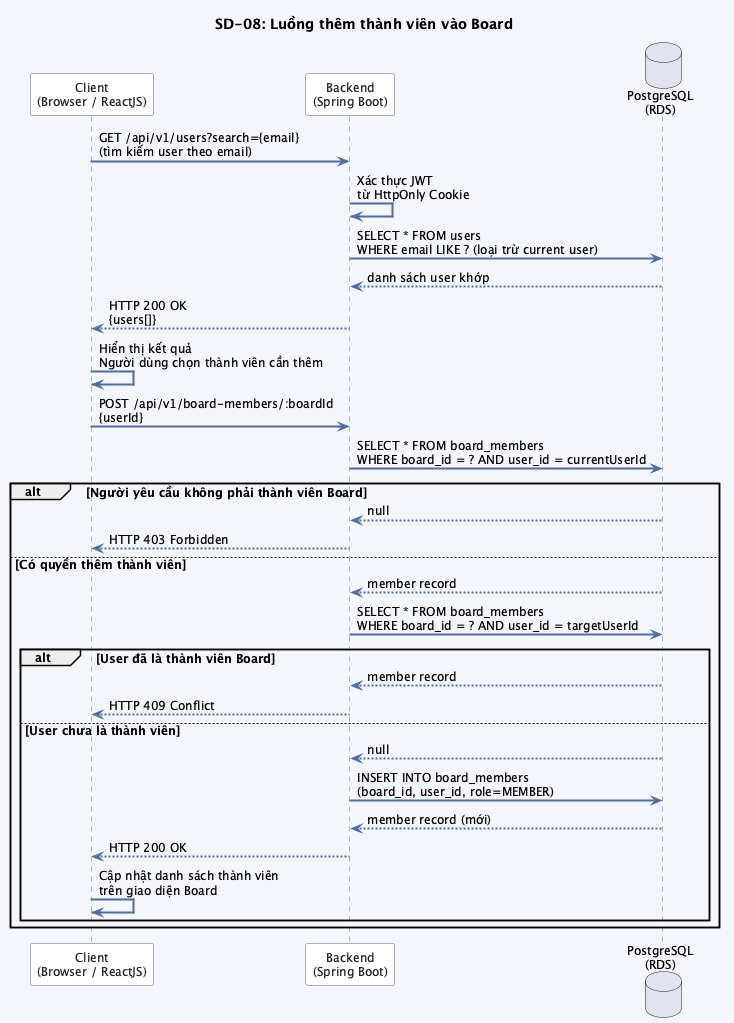
Above: src/images/chap3/sequence_sd08.png in trongnhan34vn/trello-report (PlantUML), before the change.
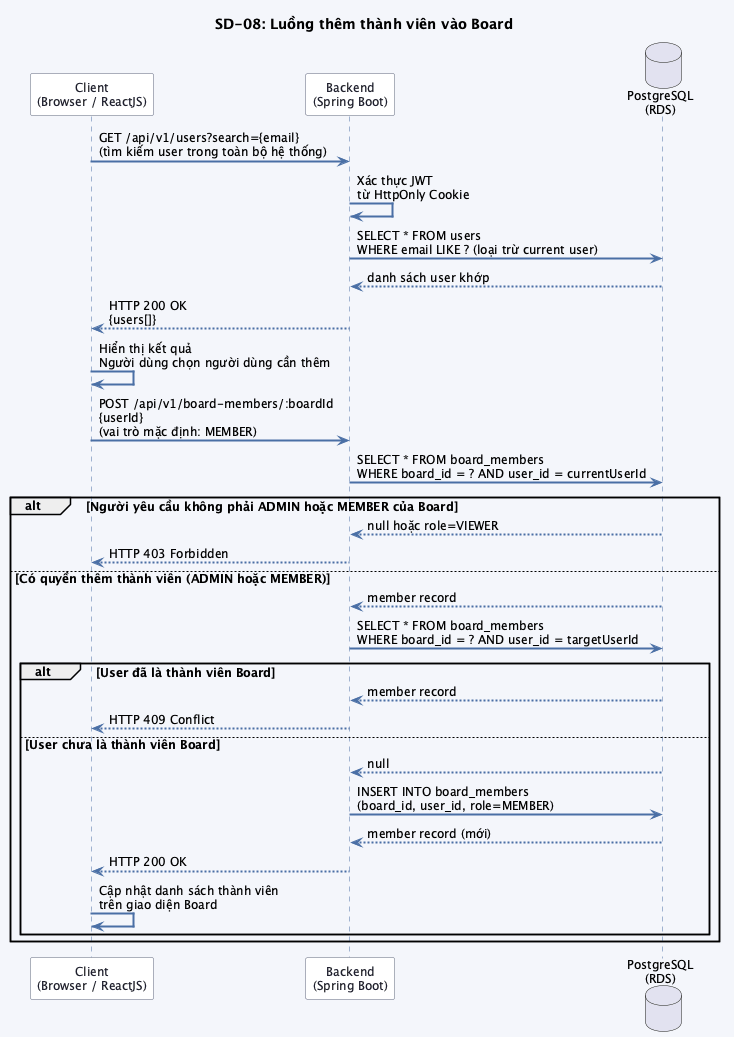
Later version of the same file.

What changed in the source:
```diff
@@ -20,7 +20,7 @@
 participant "Backend\n(Spring Boot)" as BACKEND
 database "PostgreSQL\n(RDS)" as DB
 
-CLIENT -> BACKEND : GET /api/v1/users?search={email}\n(tìm kiếm user theo email)
+CLIENT -> BACKEND : GET /api/v1/users?search={email}\n(tìm kiếm user trong toàn bộ hệ thống)
 
 BACKEND -> BACKEND : Xác thực JWT\ntừ HttpOnly Cookie
 
@@ -29,16 +29,16 @@
 
 BACKEND --> CLIENT : HTTP 200 OK\n{users[]}
 
-CLIENT -> CLIENT : Hiển thị kết quả\nNgười dùng chọn thành viên cần thêm
+CLIENT -> CLIENT : Hiển thị kết quả\nNgười dùng chọn người dùng cần thêm
 
-CLIENT -> BACKEND : POST /api/v1/board-members/:boardId\n{userId}
+CLIENT -> BACKEND : POST /api/v1/board-members/:boardId\n{userId}\n(vai trò mặc định: MEMBER)
 
 BACKEND -> DB : SELECT * FROM board_members\nWHERE board_id = ? AND user_id = currentUserId
 
-alt Người yêu cầu không phải thành viên Board
-    DB --> BACKEND : null
+alt Người yêu cầu không phải ADMIN hoặc MEMBER của Board
+    DB --> BACKEND : null hoặc role=VIEWER
     BACKEND --> CLIENT : HTTP 403 Forbidden
-else Có quyền thêm thành viên
+else Có quyền thêm thành viên (ADMIN hoặc MEMBER)
     DB --> BACKEND : member record
 
     BACKEND -> DB : SELECT * FROM board_members\nWHERE board_id = ? AND user_id = targetUserId
@@ -46,7 +46,7 @@
     alt User đã là thành viên Board
         DB --> BACKEND : member record
         BACKEND --> CLIENT : HTTP 409 Conflict
-    else User chưa là thành viên
+    else User chưa là thành viên Board
         DB --> BACKEND : null
         BACKEND -> DB : INSERT INTO board_members\n(board_id, user_id, role=MEMBER)
         DB --> BACKEND : member record (mới)
```
